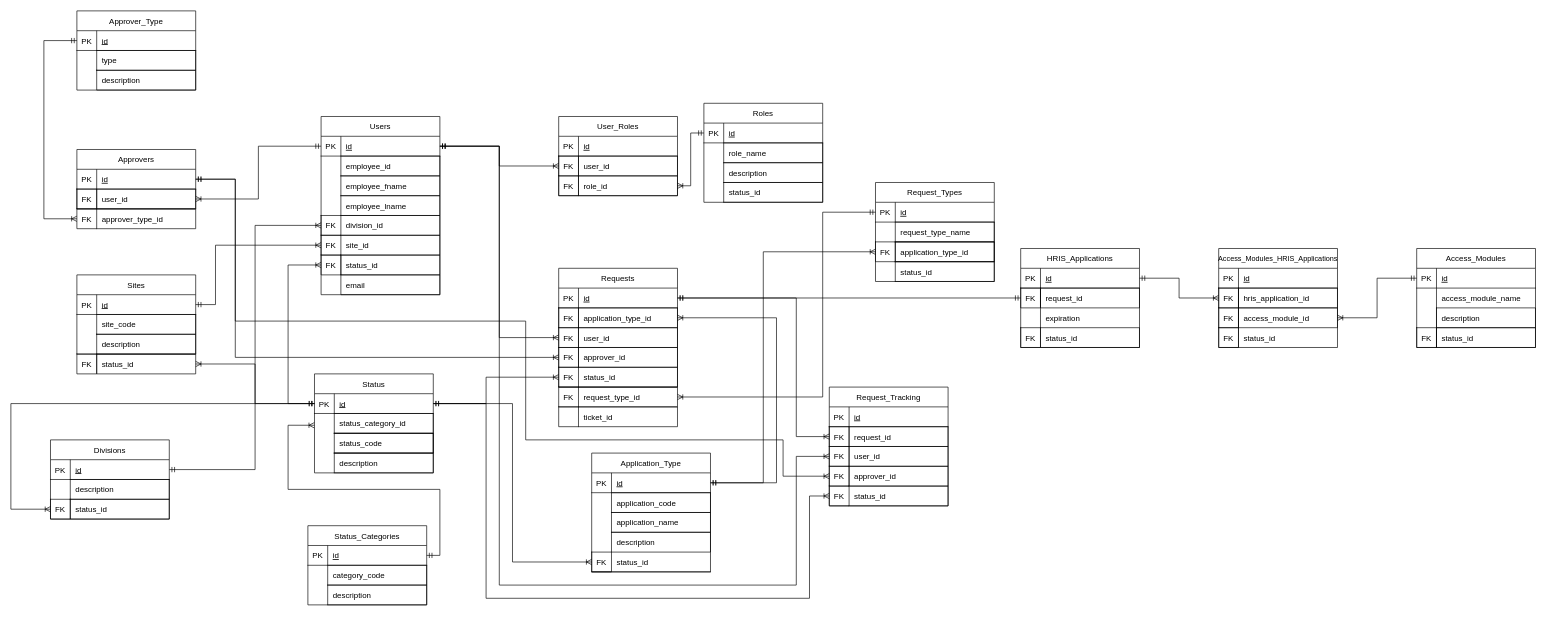
Earlier version of the draw.io diagram docs/db_erd.drawio (eclair-29/isnow). Source tidied: cells renumbered, new cells numbered last; positions are measured from the earlier drawing's top-left corner, leaving out a move shared by most shapes. Both pictures are drawn from the tidied source at 66%, with x=0, y=0 at pixel (11, 11).
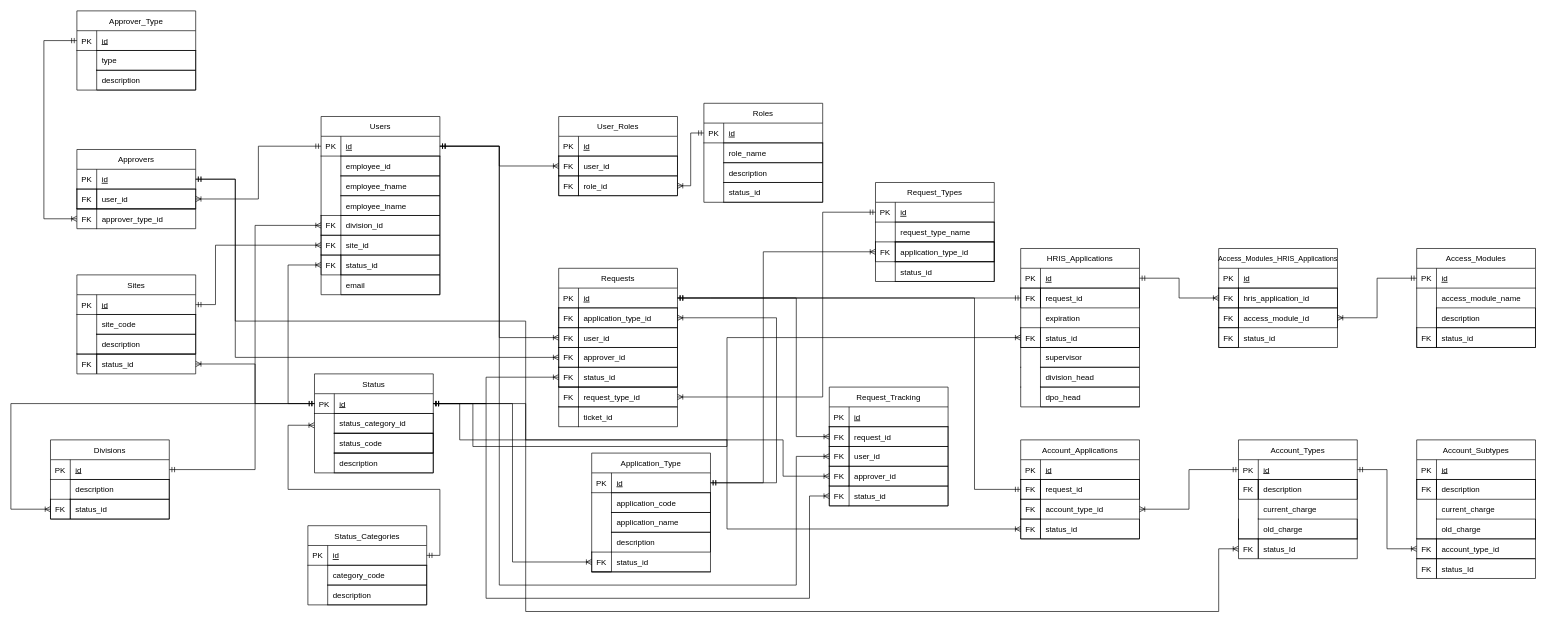
After the change.

The change refers to these unchanged cells:
```xml
<mxCell id="48" style="shape=tableRow;horizontal=0;startSize=0;swimlaneHead=0;swimlaneBody=0;fillColor=none;points=[[0,0.5],[1,0.5]];portConstraint=eastwest;top=0;left=0;right=0;bottom=1;fontFamily=Helvetica;fontStyle=0;" parent="47" vertex="1">
  <mxGeometry y="30" width="180" height="30" as="geometry" />
</mxCell>
<mxCell id="90" style="shape=tableRow;horizontal=0;startSize=0;swimlaneHead=0;swimlaneBody=0;fillColor=none;points=[[0,0.5],[1,0.5]];portConstraint=eastwest;top=0;left=0;right=0;bottom=1;fontFamily=Helvetica;fontStyle=0;" parent="89" vertex="1">
  <mxGeometry y="30" width="180" height="30" as="geometry" />
</mxCell>
<mxCell id="127" style="shape=tableRow;horizontal=0;startSize=0;swimlaneHead=0;swimlaneBody=0;fillColor=none;points=[[0,0.5],[1,0.5]];portConstraint=eastwest;top=0;left=0;right=0;bottom=0;fontFamily=Helvetica;fontStyle=0;" parent="123" vertex="1">
  <mxGeometry y="60" width="180" height="30" as="geometry" />
</mxCell>
<mxCell id="223" style="shape=tableRow;horizontal=0;startSize=0;swimlaneHead=0;swimlaneBody=0;fillColor=none;points=[[0,0.5],[1,0.5]];portConstraint=eastwest;top=0;left=0;right=0;bottom=0;fontStyle=0;fontFamily=Helvetica;" parent="219" vertex="1">
  <mxGeometry y="60" width="180" height="30" as="geometry" />
</mxCell>
<mxCell id="256" style="shape=tableRow;horizontal=0;startSize=0;swimlaneHead=0;swimlaneBody=0;fillColor=none;points=[[0,0.5],[1,0.5]];portConstraint=eastwest;top=0;left=0;right=0;bottom=0;fontStyle=0;fontFamily=Helvetica;" parent="1" vertex="1">
  <mxGeometry x="1530" y="480" width="180" height="30" as="geometry" />
</mxCell>
```

Diff of the diagram source:
```diff
@@
-    <mxCell id="143" style="edgeStyle=orthogonalEdgeStyle;rounded=0;html=1;fontFamily=Helvetica;startArrow=ERmandOne;startFill=0;endArrow=ERoneToMany;endFill=0;entryX=0;entryY=0.5;entryDx=0;entryDy=0;" parent="1" edge="1" source="48" target="127">
+    <mxCell id="143" style="edgeStyle=orthogonalEdgeStyle;rounded=0;html=1;fontFamily=Helvetica;startArrow=ERmandOne;startFill=0;endArrow=ERoneToMany;endFill=0;entryX=0;entryY=0.5;entryDx=0;entryDy=0;exitX=1;exitY=0.5;exitDx=0;exitDy=0;" parent="1" edge="1" source="48" target="127">
       <mxGeometry relative="1" as="geometry">
         <Array as="points">
           <mxPoint x="1190" y="435" />
           <mxPoint x="1190" y="645" />
         </Array>
       </mxGeometry>
     </mxCell>
@@
-    <mxCell id="229" style="edgeStyle=orthogonalEdgeStyle;html=1;entryX=0;entryY=0.5;entryDx=0;entryDy=0;fontFamily=Helvetica;rounded=0;startArrow=ERmandOne;startFill=0;endArrow=ERmandOne;endFill=0;" parent="1" edge="1" source="48" target="223">
-      <mxGeometry relative="1" as="geometry" />
+    <mxCell id="229" style="edgeStyle=orthogonalEdgeStyle;html=1;entryX=0;entryY=0.5;entryDx=0;entryDy=0;fontFamily=Helvetica;rounded=0;startArrow=ERmandOne;startFill=0;endArrow=ERmandOne;endFill=0;exitX=1;exitY=0.5;exitDx=0;exitDy=0;" parent="1" edge="1" source="48" target="223">
+      <mxGeometry relative="1" as="geometry">
+        <Array as="points">
+          <mxPoint x="1060" y="435" />
+          <mxPoint x="1060" y="435" />
+        </Array>
+      </mxGeometry>
     </mxCell>
@@
+    <mxCell id="285" style="edgeStyle=orthogonalEdgeStyle;html=1;entryX=1;entryY=0.5;entryDx=0;entryDy=0;rounded=0;startArrow=ERoneToMany;startFill=0;endArrow=ERmandOne;endFill=0;" parent="1" edge="1" source="256" target="90">
+      <mxGeometry relative="1" as="geometry">
+        <Array as="points">
+          <mxPoint x="1085" y="495" />
+          <mxPoint x="1085" y="660" />
+          <mxPoint x="700" y="660" />
+          <mxPoint x="700" y="595" />
+        </Array>
+      </mxGeometry>
+    </mxCell>
@@
+    <mxCell id="286" style="shape=tableRow;horizontal=0;startSize=0;swimlaneHead=0;swimlaneBody=0;fillColor=none;top=0;left=1;right=0;bottom=0;fontStyle=0;fontFamily=Helvetica;" parent="1" vertex="1">
+      <mxGeometry x="1530" y="510" width="180" height="30" as="geometry" />
+    </mxCell>
+    <mxCell id="287" style="shape=partialRectangle;fillColor=none;top=0;left=0;bottom=0;right=0;overflow=hidden;fontStyle=0;fontFamily=Helvetica;" parent="286" vertex="1">
+      <mxGeometry width="30" height="30" as="geometry" />
+    </mxCell>
+    <mxCell id="288" value="supervisor" style="shape=partialRectangle;fillColor=none;top=1;left=1;bottom=1;right=1;align=left;spacingLeft=6;overflow=hidden;fontStyle=0;fontFamily=Helvetica;" parent="286" vertex="1">
+      <mxGeometry x="30" width="150" height="30" as="geometry" />
+    </mxCell>
+    <mxCell id="289" style="shape=tableRow;horizontal=0;startSize=0;swimlaneHead=0;swimlaneBody=0;fillColor=none;top=0;left=1;right=0;bottom=0;fontStyle=0;fontFamily=Helvetica;" parent="1" vertex="1">
+      <mxGeometry x="1530" y="540" width="180" height="30" as="geometry" />
+    </mxCell>
+    <mxCell id="290" style="shape=partialRectangle;fillColor=none;top=0;left=0;bottom=0;right=0;overflow=hidden;fontStyle=0;fontFamily=Helvetica;" parent="289" vertex="1">
+      <mxGeometry width="30" height="30" as="geometry" />
+    </mxCell>
+    <mxCell id="291" value="division_head" style="shape=partialRectangle;fillColor=none;top=1;left=1;bottom=1;right=1;align=left;spacingLeft=6;overflow=hidden;fontStyle=0;fontFamily=Helvetica;" parent="289" vertex="1">
+      <mxGeometry x="30" width="150" height="30" as="geometry" />
+    </mxCell>
+    <mxCell id="292" style="shape=tableRow;horizontal=0;startSize=0;swimlaneHead=0;swimlaneBody=0;fillColor=none;top=0;left=1;right=0;bottom=1;fontStyle=0;fontFamily=Helvetica;" parent="1" vertex="1">
+      <mxGeometry x="1530" y="570" width="180" height="30" as="geometry" />
+    </mxCell>
+    <mxCell id="293" style="shape=partialRectangle;fillColor=none;top=0;left=0;bottom=0;right=0;overflow=hidden;fontStyle=0;fontFamily=Helvetica;" parent="292" vertex="1">
+      <mxGeometry width="30" height="30" as="geometry" />
+    </mxCell>
+    <mxCell id="294" value="dpo_head" style="shape=partialRectangle;fillColor=none;top=1;left=1;bottom=1;right=1;align=left;spacingLeft=6;overflow=hidden;fontStyle=0;fontFamily=Helvetica;" parent="292" vertex="1">
+      <mxGeometry x="30" width="150" height="30" as="geometry" />
+    </mxCell>
+    <mxCell id="295" value="Account_Applications" style="shape=table;startSize=30;childLayout=tableLayout;rowLines=0;fontStyle=0;align=center;fontFamily=Helvetica;" parent="1" vertex="1">
+      <mxGeometry x="1530" y="650" width="180" height="150" as="geometry" />
+    </mxCell>
+    <mxCell id="296" style="shape=tableRow;horizontal=0;startSize=0;swimlaneHead=0;swimlaneBody=0;fillColor=none;top=0;left=0;right=0;bottom=1;fontStyle=0;fontFamily=Helvetica;" parent="295" vertex="1">
+      <mxGeometry y="30" width="180" height="30" as="geometry" />
+    </mxCell>
+    <mxCell id="297" value="PK" style="shape=partialRectangle;fillColor=none;top=0;left=0;bottom=0;right=0;fontStyle=0;overflow=hidden;fontFamily=Helvetica;" parent="296" vertex="1">
+      <mxGeometry width="30" height="30" as="geometry" />
+    </mxCell>
+    <mxCell id="298" value="id" style="shape=partialRectangle;fillColor=none;top=0;left=0;bottom=0;right=0;align=left;spacingLeft=6;fontStyle=4;overflow=hidden;fontFamily=Helvetica;" parent="296" vertex="1">
+      <mxGeometry x="30" width="150" height="30" as="geometry" />
+    </mxCell>
+    <mxCell id="299" style="shape=tableRow;horizontal=0;startSize=0;swimlaneHead=0;swimlaneBody=0;fillColor=none;points=[[0,0.5],[1,0.5]];portConstraint=eastwest;top=0;left=0;right=0;bottom=0;fontStyle=0;fontFamily=Helvetica;" parent="295" vertex="1">
+      <mxGeometry y="60" width="180" height="30" as="geometry" />
+    </mxCell>
+    <mxCell id="300" value="FK" style="shape=partialRectangle;fillColor=none;top=1;left=1;bottom=1;right=1;overflow=hidden;fontStyle=0;fontFamily=Helvetica;" parent="299" vertex="1">
+      <mxGeometry width="30" height="30" as="geometry" />
+    </mxCell>
+    <mxCell id="301" value="request_id" style="shape=partialRectangle;fillColor=none;top=1;left=1;bottom=1;right=1;align=left;spacingLeft=6;overflow=hidden;fontStyle=0;fontFamily=Helvetica;" parent="299" vertex="1">
+      <mxGeometry x="30" width="150" height="30" as="geometry" />
+    </mxCell>
+    <mxCell id="302" style="shape=tableRow;horizontal=0;startSize=0;swimlaneHead=0;swimlaneBody=0;fillColor=none;points=[[0,0.5],[1,0.5]];portConstraint=eastwest;top=0;left=0;right=0;bottom=0;fontStyle=0;fontFamily=Helvetica;" parent="295" vertex="1">
+      <mxGeometry y="90" width="180" height="30" as="geometry" />
+    </mxCell>
+    <mxCell id="303" style="shape=partialRectangle;fillColor=none;top=0;left=0;bottom=0;right=0;overflow=hidden;fontStyle=0;fontFamily=Helvetica;" parent="302" vertex="1">
+      <mxGeometry width="30" height="30" as="geometry" />
+    </mxCell>
+    <mxCell id="304" value="account_type_id" style="shape=partialRectangle;fillColor=none;top=0;left=0;bottom=0;right=0;align=left;spacingLeft=6;overflow=hidden;fontStyle=0;fontFamily=Helvetica;" parent="302" vertex="1">
+      <mxGeometry x="30" width="150" height="30" as="geometry" />
+    </mxCell>
+    <mxCell id="305" style="edgeStyle=orthogonalEdgeStyle;rounded=0;html=1;entryX=1;entryY=0.5;entryDx=0;entryDy=0;startArrow=ERoneToMany;startFill=0;endArrow=ERmandOne;endFill=0;" parent="1" edge="1" source="306" target="90">
+      <mxGeometry relative="1" as="geometry">
+        <Array as="points">
+          <mxPoint x="1085" y="785" />
+          <mxPoint x="1085" y="650" />
+          <mxPoint x="680" y="650" />
+          <mxPoint x="680" y="595" />
+        </Array>
+      </mxGeometry>
+    </mxCell>
+    <mxCell id="306" style="shape=tableRow;horizontal=0;startSize=0;swimlaneHead=0;swimlaneBody=0;fillColor=none;points=[[0,0.5],[1,0.5]];portConstraint=eastwest;top=0;left=0;right=0;bottom=0;fontStyle=0;fontFamily=Helvetica;" parent="1" vertex="1">
+      <mxGeometry x="1530" y="770" width="180" height="30" as="geometry" />
+    </mxCell>
+    <mxCell id="307" value="FK" style="shape=partialRectangle;fillColor=none;top=1;left=1;bottom=1;right=1;overflow=hidden;fontStyle=0;fontFamily=Helvetica;" parent="306" vertex="1">
+      <mxGeometry width="30" height="30" as="geometry" />
+    </mxCell>
+    <mxCell id="308" value="status_id" style="shape=partialRectangle;fillColor=none;top=1;left=1;bottom=1;right=1;align=left;spacingLeft=6;overflow=hidden;fontStyle=0;fontFamily=Helvetica;" parent="306" vertex="1">
+      <mxGeometry x="30" width="150" height="30" as="geometry" />
+    </mxCell>
+    <mxCell id="309" value="FK" style="shape=partialRectangle;fillColor=none;top=1;left=1;bottom=1;right=1;overflow=hidden;fontStyle=0;fontFamily=Helvetica;" parent="1" vertex="1">
+      <mxGeometry x="1530" y="740" width="30" height="30" as="geometry" />
+    </mxCell>
+    <mxCell id="310" style="edgeStyle=orthogonalEdgeStyle;rounded=0;html=1;entryX=0;entryY=0.5;entryDx=0;entryDy=0;startArrow=ERmandOne;startFill=0;endArrow=ERmandOne;endFill=0;" parent="1" edge="1" source="48" target="299">
+      <mxGeometry relative="1" as="geometry">
+        <Array as="points">
+          <mxPoint x="1460" y="435" />
+          <mxPoint x="1460" y="725" />
+        </Array>
+      </mxGeometry>
+    </mxCell>
+    <mxCell id="311" value="Account_Types" style="shape=table;startSize=30;childLayout=tableLayout;rowLines=0;fontStyle=0;align=center;fontFamily=Helvetica;" parent="1" vertex="1">
+      <mxGeometry x="1860" y="650" width="180" height="150" as="geometry" />
+    </mxCell>
+    <mxCell id="312" style="shape=tableRow;horizontal=0;startSize=0;swimlaneHead=0;swimlaneBody=0;fillColor=none;points=[[0,0.5],[1,0.5]];portConstraint=eastwest;top=0;left=0;right=0;bottom=1;fontStyle=0;fontFamily=Helvetica;" parent="311" vertex="1">
+      <mxGeometry y="30" width="180" height="30" as="geometry" />
+    </mxCell>
+    <mxCell id="313" value="PK" style="shape=partialRectangle;fillColor=none;top=0;left=0;bottom=0;right=0;fontStyle=0;overflow=hidden;fontFamily=Helvetica;" parent="312" vertex="1">
+      <mxGeometry width="30" height="30" as="geometry" />
+    </mxCell>
+    <mxCell id="314" value="id" style="shape=partialRectangle;fillColor=none;top=0;left=0;bottom=0;right=0;align=left;spacingLeft=6;fontStyle=4;overflow=hidden;fontFamily=Helvetica;" parent="312" vertex="1">
+      <mxGeometry x="30" width="150" height="30" as="geometry" />
+    </mxCell>
+    <mxCell id="315" style="shape=tableRow;horizontal=0;startSize=0;swimlaneHead=0;swimlaneBody=0;fillColor=none;top=0;left=0;right=0;bottom=0;fontStyle=0;fontFamily=Helvetica;" parent="311" vertex="1">
+      <mxGeometry y="60" width="180" height="30" as="geometry" />
+    </mxCell>
+    <mxCell id="316" value="FK" style="shape=partialRectangle;fillColor=none;top=1;left=1;bottom=1;right=1;overflow=hidden;fontStyle=0;fontFamily=Helvetica;" parent="315" vertex="1">
+      <mxGeometry width="30" height="30" as="geometry" />
+    </mxCell>
+    <mxCell id="317" value="description" style="shape=partialRectangle;fillColor=none;top=1;left=1;bottom=1;right=1;align=left;spacingLeft=6;overflow=hidden;fontStyle=0;fontFamily=Helvetica;" parent="315" vertex="1">
+      <mxGeometry x="30" width="150" height="30" as="geometry" />
+    </mxCell>
+    <mxCell id="318" style="shape=tableRow;horizontal=0;startSize=0;swimlaneHead=0;swimlaneBody=0;fillColor=none;top=0;left=0;right=0;bottom=0;fontStyle=0;fontFamily=Helvetica;" parent="311" vertex="1">
+      <mxGeometry y="90" width="180" height="30" as="geometry" />
+    </mxCell>
+    <mxCell id="319" style="shape=partialRectangle;fillColor=none;top=0;left=0;bottom=0;right=0;overflow=hidden;fontStyle=0;fontFamily=Helvetica;" parent="318" vertex="1">
+      <mxGeometry width="30" height="30" as="geometry" />
+    </mxCell>
+    <mxCell id="320" value="current_charge" style="shape=partialRectangle;fillColor=none;top=0;left=0;bottom=0;right=0;align=left;spacingLeft=6;overflow=hidden;fontStyle=0;fontFamily=Helvetica;" parent="318" vertex="1">
+      <mxGeometry x="30" width="150" height="30" as="geometry" />
+    </mxCell>
+    <mxCell id="321" style="edgeStyle=orthogonalEdgeStyle;rounded=0;html=1;startArrow=ERoneToMany;startFill=0;endArrow=ERmandOne;endFill=0;exitX=0;exitY=0.5;exitDx=0;exitDy=0;" parent="1" edge="1" source="322" target="90">
+      <mxGeometry relative="1" as="geometry">
+        <Array as="points">
+          <mxPoint x="1830" y="815" />
+          <mxPoint x="1830" y="910" />
+          <mxPoint x="780" y="910" />
+          <mxPoint x="780" y="595" />
+        </Array>
+      </mxGeometry>
+    </mxCell>
+    <mxCell id="322" style="shape=tableRow;horizontal=0;startSize=0;swimlaneHead=0;swimlaneBody=0;fillColor=none;points=[[0,0.5],[1,0.5]];portConstraint=eastwest;top=0;left=0;right=0;bottom=0;fontStyle=0;fontFamily=Helvetica;" parent="1" vertex="1">
+      <mxGeometry x="1860" y="800" width="180" height="30" as="geometry" />
+    </mxCell>
+    <mxCell id="323" value="FK" style="shape=partialRectangle;fillColor=none;top=1;left=1;bottom=1;right=1;overflow=hidden;fontStyle=0;fontFamily=Helvetica;" parent="322" vertex="1">
+      <mxGeometry width="30" height="30" as="geometry" />
+    </mxCell>
+    <mxCell id="324" value="status_Id" style="shape=partialRectangle;fillColor=none;top=1;left=1;bottom=1;right=1;align=left;spacingLeft=6;overflow=hidden;fontStyle=0;fontFamily=Helvetica;" parent="322" vertex="1">
+      <mxGeometry x="30" width="150" height="30" as="geometry" />
+    </mxCell>
+    <mxCell id="325" style="shape=tableRow;horizontal=0;startSize=0;swimlaneHead=0;swimlaneBody=0;fillColor=none;top=0;left=0;right=0;bottom=0;fontStyle=0;fontFamily=Helvetica;" parent="1" vertex="1">
+      <mxGeometry x="1860" y="770" width="180" height="30" as="geometry" />
+    </mxCell>
+    <mxCell id="326" style="shape=partialRectangle;fillColor=none;top=0;left=1;bottom=0;right=1;overflow=hidden;fontStyle=0;fontFamily=Helvetica;" parent="325" vertex="1">
+      <mxGeometry width="30" height="30" as="geometry" />
+    </mxCell>
+    <mxCell id="327" value="old_charge" style="shape=partialRectangle;fillColor=none;top=1;left=0;bottom=0;right=1;align=left;spacingLeft=6;overflow=hidden;fontStyle=0;fontFamily=Helvetica;" parent="325" vertex="1">
+      <mxGeometry x="30" width="150" height="30" as="geometry" />
+    </mxCell>
+    <mxCell id="328" style="edgeStyle=orthogonalEdgeStyle;rounded=0;html=1;startArrow=ERoneToMany;startFill=0;endArrow=ERmandOne;endFill=0;" parent="1" edge="1" source="302" target="312">
+      <mxGeometry relative="1" as="geometry" />
+    </mxCell>
+    <mxCell id="329" value="Account_Subtypes" style="shape=table;startSize=30;childLayout=tableLayout;rowLines=0;fontStyle=0;align=center;fontFamily=Helvetica;" parent="1" vertex="1">
+      <mxGeometry x="2130" y="650" width="180" height="150" as="geometry" />
+    </mxCell>
+    <mxCell id="330" style="shape=tableRow;horizontal=0;startSize=0;swimlaneHead=0;swimlaneBody=0;fillColor=none;top=0;left=0;right=0;bottom=1;fontStyle=0;fontFamily=Helvetica;" parent="329" vertex="1">
+      <mxGeometry y="30" width="180" height="30" as="geometry" />
+    </mxCell>
+    <mxCell id="331" value="PK" style="shape=partialRectangle;fillColor=none;top=0;left=0;bottom=0;right=0;fontStyle=0;overflow=hidden;fontFamily=Helvetica;" parent="330" vertex="1">
+      <mxGeometry width="30" height="30" as="geometry" />
+    </mxCell>
+    <mxCell id="332" value="id" style="shape=partialRectangle;fillColor=none;top=0;left=0;bottom=0;right=0;align=left;spacingLeft=6;fontStyle=4;overflow=hidden;fontFamily=Helvetica;" parent="330" vertex="1">
+      <mxGeometry x="30" width="150" height="30" as="geometry" />
+    </mxCell>
+    <mxCell id="333" style="shape=tableRow;horizontal=0;startSize=0;swimlaneHead=0;swimlaneBody=0;fillColor=none;top=0;left=0;right=0;bottom=0;fontStyle=0;fontFamily=Helvetica;" parent="329" vertex="1">
+      <mxGeometry y="60" width="180" height="30" as="geometry" />
+    </mxCell>
+    <mxCell id="334" value="FK" style="shape=partialRectangle;fillColor=none;top=1;left=1;bottom=1;right=1;overflow=hidden;fontStyle=0;fontFamily=Helvetica;" parent="333" vertex="1">
+      <mxGeometry width="30" height="30" as="geometry" />
+    </mxCell>
+    <mxCell id="335" value="description" style="shape=partialRectangle;fillColor=none;top=1;left=1;bottom=1;right=1;align=left;spacingLeft=6;overflow=hidden;fontStyle=0;fontFamily=Helvetica;" parent="333" vertex="1">
+      <mxGeometry x="30" width="150" height="30" as="geometry" />
+    </mxCell>
+    <mxCell id="336" style="shape=tableRow;horizontal=0;startSize=0;swimlaneHead=0;swimlaneBody=0;fillColor=none;top=0;left=0;right=0;bottom=0;fontStyle=0;fontFamily=Helvetica;" parent="329" vertex="1">
+      <mxGeometry y="90" width="180" height="30" as="geometry" />
+    </mxCell>
+    <mxCell id="337" style="shape=partialRectangle;fillColor=none;top=0;left=0;bottom=0;right=0;overflow=hidden;fontStyle=0;fontFamily=Helvetica;" parent="336" vertex="1">
+      <mxGeometry width="30" height="30" as="geometry" />
+    </mxCell>
+    <mxCell id="338" value="current_charge" style="shape=partialRectangle;fillColor=none;top=0;left=0;bottom=0;right=0;align=left;spacingLeft=6;overflow=hidden;fontStyle=0;fontFamily=Helvetica;" parent="336" vertex="1">
+      <mxGeometry x="30" width="150" height="30" as="geometry" />
+    </mxCell>
+    <mxCell id="339" value="old_charge" style="shape=partialRectangle;fillColor=none;top=1;left=1;bottom=0;right=1;align=left;spacingLeft=6;overflow=hidden;fontStyle=0;fontFamily=Helvetica;" parent="1" vertex="1">
+      <mxGeometry x="2160" y="770" width="150" height="30" as="geometry" />
+    </mxCell>
+    <mxCell id="340" style="shape=tableRow;horizontal=0;startSize=0;swimlaneHead=0;swimlaneBody=0;fillColor=none;points=[[0,0.5],[1,0.5]];portConstraint=eastwest;top=0;left=0;right=0;bottom=0;fontStyle=0;fontFamily=Helvetica;" parent="1" vertex="1">
+      <mxGeometry x="2130" y="800" width="180" height="30" as="geometry" />
+    </mxCell>
+    <mxCell id="341" value="FK" style="shape=partialRectangle;fillColor=none;top=1;left=1;bottom=1;right=1;overflow=hidden;fontStyle=0;fontFamily=Helvetica;" parent="340" vertex="1">
+      <mxGeometry width="30" height="30" as="geometry" />
+    </mxCell>
+    <mxCell id="342" value="account_type_id" style="shape=partialRectangle;fillColor=none;top=1;left=1;bottom=1;right=1;align=left;spacingLeft=6;overflow=hidden;fontStyle=0;fontFamily=Helvetica;" parent="340" vertex="1">
+      <mxGeometry x="30" width="150" height="30" as="geometry" />
+    </mxCell>
+    <mxCell id="343" style="shape=tableRow;horizontal=0;startSize=0;swimlaneHead=0;swimlaneBody=0;fillColor=none;top=0;left=0;right=0;bottom=0;fontStyle=0;fontFamily=Helvetica;" parent="1" vertex="1">
+      <mxGeometry x="2130" y="830" width="180" height="30" as="geometry" />
+    </mxCell>
+    <mxCell id="344" value="FK" style="shape=partialRectangle;fillColor=none;top=1;left=1;bottom=1;right=1;overflow=hidden;fontStyle=0;fontFamily=Helvetica;" parent="343" vertex="1">
+      <mxGeometry width="30" height="30" as="geometry" />
+    </mxCell>
+    <mxCell id="345" value="status_Id" style="shape=partialRectangle;fillColor=none;top=1;left=1;bottom=1;right=1;align=left;spacingLeft=6;overflow=hidden;fontStyle=0;fontFamily=Helvetica;" parent="343" vertex="1">
+      <mxGeometry x="30" width="150" height="30" as="geometry" />
+    </mxCell>
+    <mxCell id="346" style="edgeStyle=orthogonalEdgeStyle;html=1;entryX=0;entryY=0.5;entryDx=0;entryDy=0;rounded=0;endArrow=ERoneToMany;endFill=0;startArrow=ERmandOne;startFill=0;" parent="1" edge="1" source="312" target="340">
+      <mxGeometry relative="1" as="geometry" />
+    </mxCell>
```
